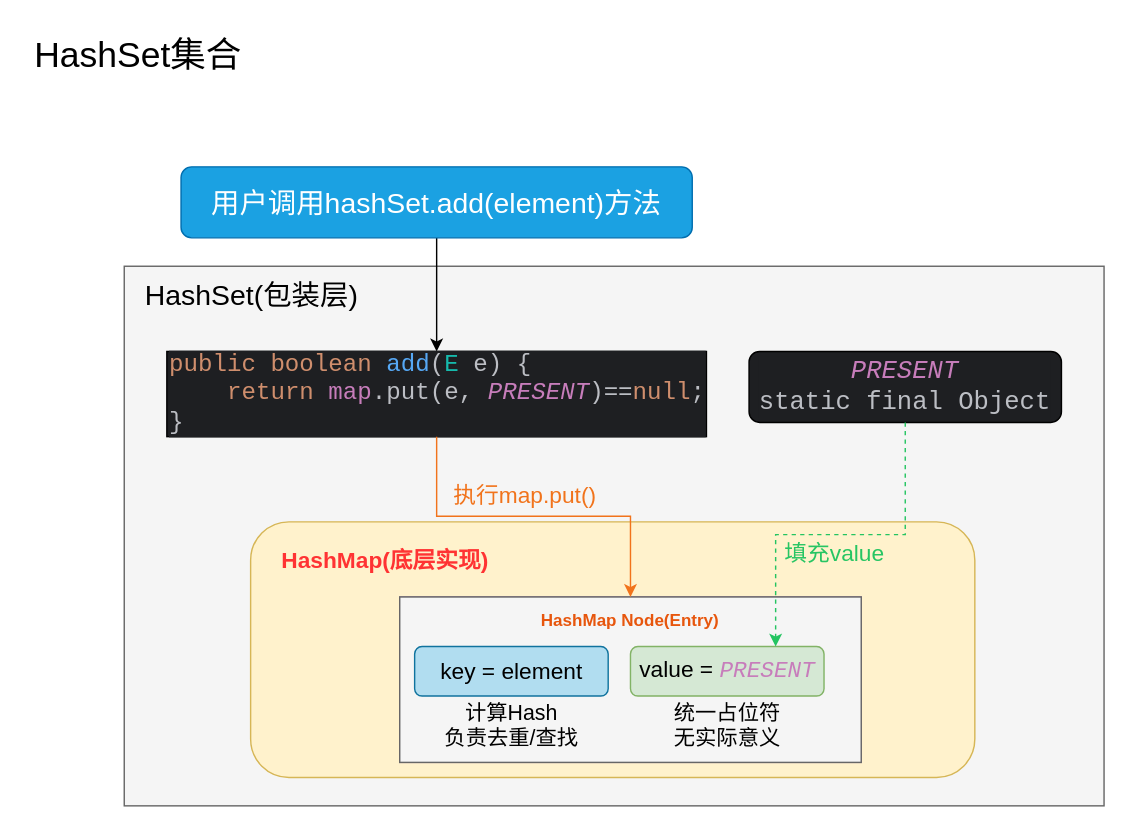
The draw.io diagram HashSet.drawio in qingyunlyp/resource, before the edit. Source tidied: cells renumbered, new cells numbered last; positions are measured from the earlier drawing's top-left corner, leaving out a move shared by most shapes. Both pictures are drawn from the tidied source at 142%, with x=0, y=0 at pixel (24, 24).
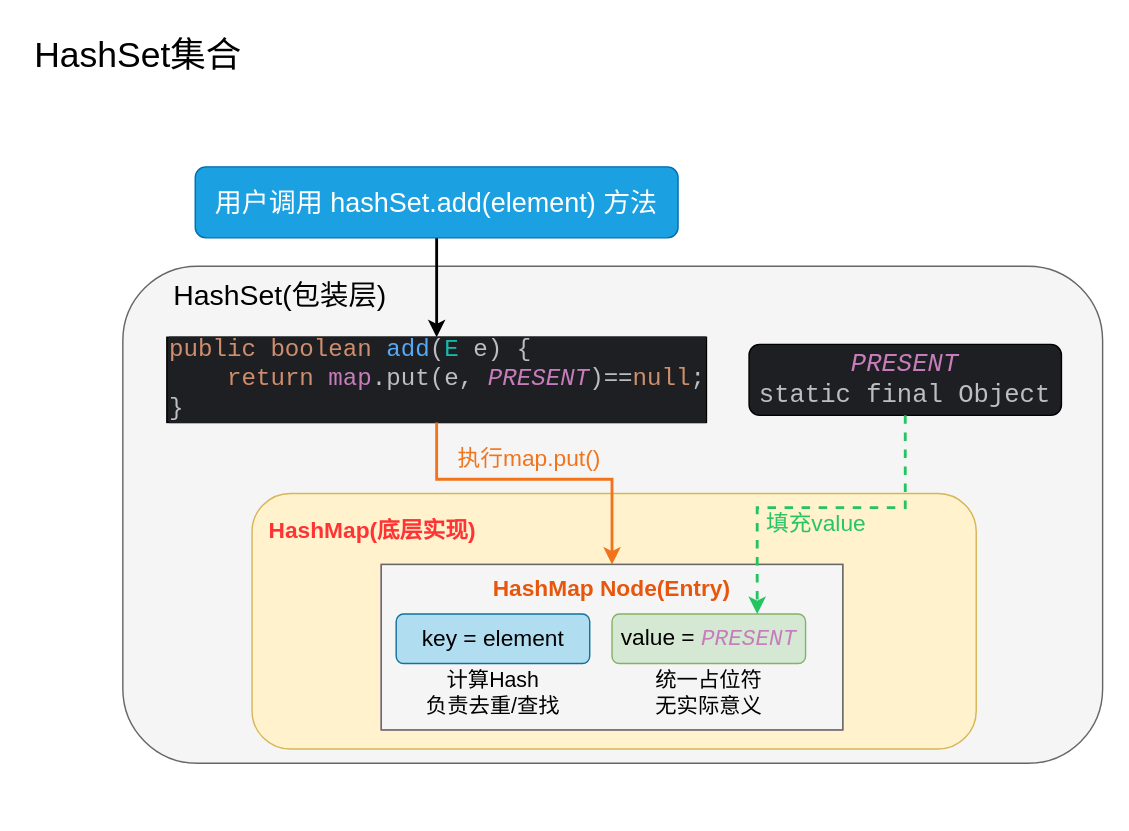
The same page after the edit.

The change refers to these unchanged cells:
```xml
<mxCell id="14" value="&lt;font style=&quot;font-size: 16px;&quot;&gt;value =&amp;nbsp;&lt;span style=&quot;color: light-dark(rgb(199, 125, 187), rgb(159, 95, 149)); font-style: italic; font-family: &amp;quot;JetBrains Mono&amp;quot;, monospace; text-align: left; background-color: transparent;&quot;&gt;PRESENT&lt;/span&gt;&lt;/font&gt;" style="rounded=1;whiteSpace=wrap;html=1;fillColor=#d5e8d4;strokeColor=#82b366;" parent="10" vertex="1">
  <mxGeometry x="162.5" y="34.9" width="136.3" height="34.9" as="geometry" />
</mxCell>
```

Change to the diagram source:
```diff
@@
-    <mxCell id="2" style="rounded=0;whiteSpace=wrap;html=1;strokeColor=#666666;fillColor=#f5f5f5;fontColor=#333333;" parent="1" vertex="1">
-      <mxGeometry x="70" y="170" width="690" height="380" as="geometry" />
+    <mxCell id="2" style="rounded=1;whiteSpace=wrap;html=1;strokeColor=#666666;fillColor=#f5f5f5;fontColor=#333333;glass=0;shadow=0;" parent="1" vertex="1">
+      <mxGeometry x="69" y="170" width="690" height="350" as="geometry" />
     </mxCell>
+    <mxCell id="9" style="rounded=1;whiteSpace=wrap;html=1;fillColor=#fff2cc;strokeColor=#d6b656;" parent="1" vertex="1">
+      <mxGeometry x="160" y="330" width="510" height="180" as="geometry" />
+    </mxCell>
-    <mxCell id="3" style="edgeStyle=orthogonalEdgeStyle;rounded=0;jettySize=auto;html=1;" parent="1" edge="1" source="4" target="6">
+    <mxCell id="3" style="edgeStyle=orthogonalEdgeStyle;rounded=0;jettySize=auto;html=1;strokeWidth=2;" parent="1" edge="1" source="4" target="6">
       <mxGeometry relative="1" as="geometry" />
     </mxCell>
-    <mxCell id="4" value="用户调用hashSet.add(element)方法" style="rounded=1;whiteSpace=wrap;html=1;fillColor=#1ba1e2;strokeColor=#006EAF;fontColor=#ffffff;fontSize=20;" parent="1" vertex="1">
-      <mxGeometry x="110" y="100" width="360" height="50" as="geometry" />
+    <mxCell id="4" value="&lt;font style=&quot;font-size: 19px;&quot;&gt;用户调用 hashSet.add(element) 方法&lt;/font&gt;" style="rounded=1;whiteSpace=wrap;html=1;fillColor=#1ba1e2;strokeColor=#006EAF;fontColor=#ffffff;fontSize=20;" parent="1" vertex="1">
+      <mxGeometry x="120" y="100" width="340" height="50" as="geometry" />
     </mxCell>
@@
     <mxCell id="6" value="&lt;div style=&quot;background-color:#1e1f22;color:#bcbec4&quot;&gt;&lt;pre style=&quot;font-family: &amp;quot;JetBrains Mono&amp;quot;, monospace;&quot;&gt;&lt;span style=&quot;color:#cf8e6d;&quot;&gt;public boolean &lt;/span&gt;&lt;span style=&quot;color:#56a8f5;&quot;&gt;add&lt;/span&gt;(&lt;span style=&quot;color:#16baac;&quot;&gt;E &lt;/span&gt;e) {&lt;br&gt;    &lt;span style=&quot;color:#cf8e6d;&quot;&gt;return &lt;/span&gt;&lt;span style=&quot;color:#c77dbb;&quot;&gt;map&lt;/span&gt;.put(e, &lt;span style=&quot;color:#c77dbb;font-style:italic;&quot;&gt;PRESENT&lt;/span&gt;)==&lt;span style=&quot;color:#cf8e6d;&quot;&gt;null&lt;/span&gt;;&lt;br&gt;}&lt;br&gt;&lt;/pre&gt;&lt;/div&gt;" style="rounded=0;whiteSpace=wrap;html=1;align=left;fillColor=#1E1F22;fontSize=17;" parent="1" vertex="1">
-      <mxGeometry x="100" y="230" width="380" height="60" as="geometry" />
+      <mxGeometry x="100" y="220" width="380" height="60" as="geometry" />
     </mxCell>
     <mxCell id="7" value="&lt;div style=&quot;background-color:#1e1f22;color:#bcbec4&quot;&gt;&lt;pre style=&quot;font-family: &amp;quot;JetBrains Mono&amp;quot;, monospace;&quot;&gt;&lt;span style=&quot;color:#c77dbb;font-style:italic;&quot;&gt;PRESENT&lt;br&gt;&lt;/span&gt;static final &lt;span style=&quot;white-space: normal;&quot;&gt;Object&lt;/span&gt;&lt;/pre&gt;&lt;/div&gt;" style="rounded=1;whiteSpace=wrap;html=1;fillColor=#1E1F22;fontSize=18;" parent="1" vertex="1">
-      <mxGeometry x="510" y="230" width="220" height="50" as="geometry" />
+      <mxGeometry x="510" y="225" width="220" height="50" as="geometry" />
     </mxCell>
-    <mxCell id="8" style="group;fontSize=16;" parent="1" vertex="1">
-      <mxGeometry x="159" y="350" width="510" height="180" as="geometry" />
-    </mxCell>
-    <mxCell id="9" style="rounded=1;whiteSpace=wrap;html=1;fillColor=#fff2cc;strokeColor=#d6b656;" parent="8" vertex="1">
-      <mxGeometry width="510" height="180" as="geometry" />
-    </mxCell>
+    <mxCell id="18" style="edgeStyle=orthogonalEdgeStyle;rounded=0;jettySize=auto;html=1;entryX=0.5;entryY=0;entryDx=0;entryDy=0;strokeColor=#F1731B;elbow=vertical;strokeWidth=2;" parent="1" edge="1" source="6" target="12">
+      <mxGeometry relative="1" as="geometry">
+        <Array as="points">
+          <mxPoint x="290" y="320" />
+          <mxPoint x="414" y="320" />
+        </Array>
+      </mxGeometry>
+    </mxCell>
+    <mxCell id="19" value="执行map.put()" style="edgeLabel;html=1;align=center;verticalAlign=middle;labelBackgroundColor=none;fontColor=#F1731B;fontSize=16;" parent="18" vertex="1">
+      <mxGeometry y="1" relative="1" as="geometry">
+        <mxPoint x="-8" y="-15" as="offset" />
+      </mxGeometry>
+    </mxCell>
+    <mxCell id="22" value="HashSet(包装层)" style="text;html=1;whiteSpace=wrap;strokeColor=none;fillColor=none;align=center;verticalAlign=middle;rounded=0;fontSize=20;" parent="1" vertex="1">
+      <mxGeometry x="90" y="170" width="180" height="40" as="geometry" />
+    </mxCell>
-    <mxCell id="10" style="group;fillColor=#e1d5e7;strokeColor=#9673a6;" parent="8" vertex="1">
-      <mxGeometry x="105" y="52.9" width="325" height="116.5" as="geometry" />
+    <mxCell id="10" style="group;fillColor=#e1d5e7;strokeColor=#9673a6;fontStyle=1;" parent="1" vertex="1">
+      <mxGeometry x="251" y="380" width="325" height="116.5" as="geometry" />
     </mxCell>
@@
-    <mxCell id="12" value="&lt;font style=&quot;color: rgb(231, 86, 13);&quot;&gt;&lt;b&gt;HashMap Node(Entry)&lt;/b&gt;&lt;/font&gt;" style="text;html=1;whiteSpace=wrap;strokeColor=none;fillColor=none;align=center;verticalAlign=middle;rounded=0;" parent="10" vertex="1">
+    <mxCell id="12" value="&lt;font style=&quot;color: rgb(231, 86, 13);&quot;&gt;&lt;b&gt;HashMap Node(Entry)&lt;/b&gt;&lt;/font&gt;" style="text;html=1;whiteSpace=wrap;strokeColor=none;fillColor=none;align=center;verticalAlign=middle;rounded=0;fontSize=16;" parent="10" vertex="1">
       <mxGeometry width="325" height="34.9" as="geometry" />
     </mxCell>
@@
-    <mxCell id="17" value="&lt;font style=&quot;font-size: 16px;&quot;&gt;&lt;b style=&quot;&quot;&gt;HashMap(底层实现)&lt;/b&gt;&lt;/font&gt;" style="text;html=1;whiteSpace=wrap;strokeColor=none;fillColor=none;align=center;verticalAlign=middle;rounded=0;fontColor=#FF3333;" parent="8" vertex="1">
-      <mxGeometry x="20" y="10.6" width="150" height="31.8" as="geometry" />
+    <mxCell id="17" value="&lt;font style=&quot;font-size: 16px;&quot;&gt;&lt;b style=&quot;&quot;&gt;HashMap(底层实现)&lt;/b&gt;&lt;/font&gt;" style="text;html=1;whiteSpace=wrap;strokeColor=none;fillColor=none;align=center;verticalAlign=middle;rounded=0;fontColor=#FF3333;" parent="1" vertex="1">
+      <mxGeometry x="170" y="340" width="150" height="31.8" as="geometry" />
     </mxCell>
-    <mxCell id="18" style="edgeStyle=elbowEdgeStyle;rounded=0;jettySize=auto;html=1;entryX=0.5;entryY=0;entryDx=0;entryDy=0;strokeColor=#F1731B;elbow=vertical;" parent="1" edge="1" source="6" target="12">
-      <mxGeometry relative="1" as="geometry" />
-    </mxCell>
-    <mxCell id="19" value="执行map.put()" style="edgeLabel;html=1;align=center;verticalAlign=middle;labelBackgroundColor=none;fontColor=#F1731B;fontSize=16;" parent="18" vertex="1">
-      <mxGeometry y="1" relative="1" as="geometry">
-        <mxPoint x="-8" y="-15" as="offset" />
-      </mxGeometry>
-    </mxCell>
-    <mxCell id="20" style="edgeStyle=elbowEdgeStyle;rounded=0;jettySize=auto;html=1;exitX=0.5;exitY=1;exitDx=0;exitDy=0;entryX=0.75;entryY=0;entryDx=0;entryDy=0;dashed=1;strokeColor=#24C461;elbow=vertical;" parent="1" edge="1" source="7" target="14">
-      <mxGeometry relative="1" as="geometry" />
+    <mxCell id="20" style="edgeStyle=elbowEdgeStyle;rounded=0;jettySize=auto;html=1;exitX=0.5;exitY=1;exitDx=0;exitDy=0;entryX=0.75;entryY=0;entryDx=0;entryDy=0;dashed=1;strokeColor=#24C461;elbow=vertical;fontStyle=1;strokeWidth=2;" parent="1" edge="1" source="7" target="14">
+      <mxGeometry relative="1" as="geometry">
+        <Array as="points">
+          <mxPoint x="570" y="340" />
+        </Array>
+      </mxGeometry>
     </mxCell>
@@
-    <mxCell id="22" value="HashSet(包装层)" style="text;html=1;whiteSpace=wrap;strokeColor=none;fillColor=none;align=center;verticalAlign=middle;rounded=0;fontSize=20;" parent="1" vertex="1">
-      <mxGeometry x="70" y="170" width="180" height="40" as="geometry" />
-    </mxCell>
```
